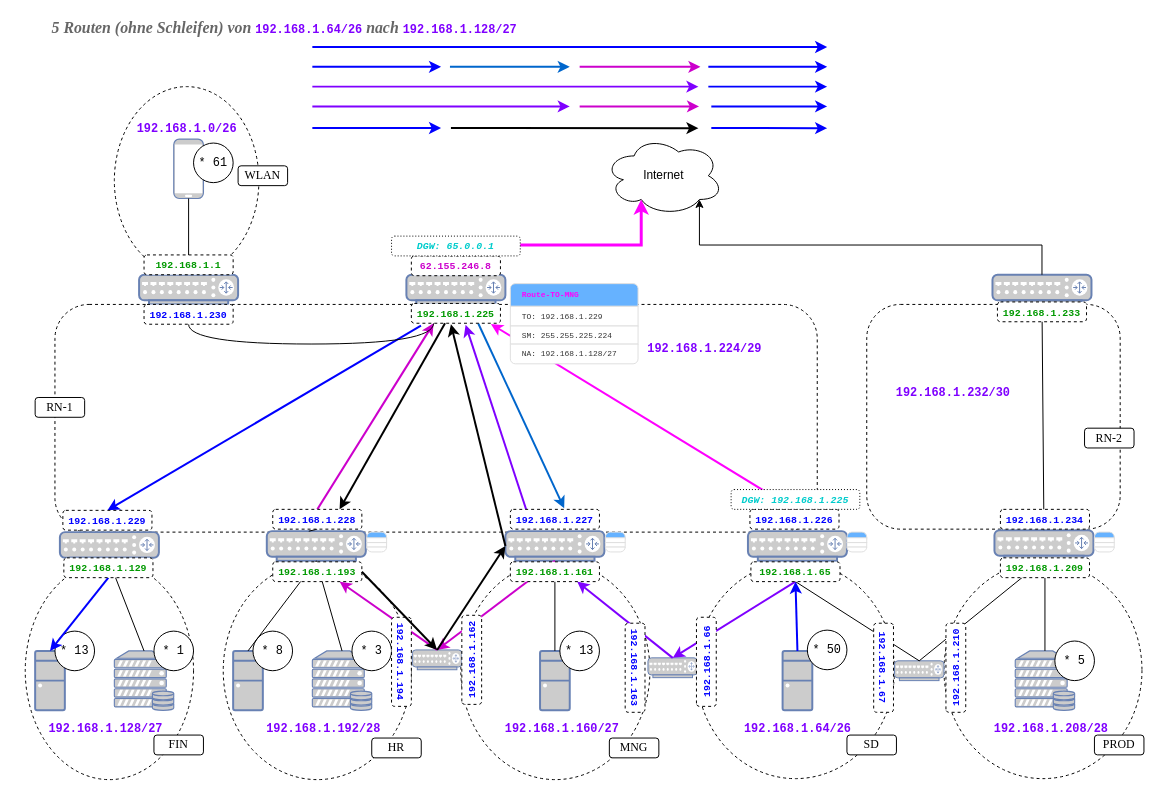
This is sources/lf.09/img.lf/ipv4-segmentation-task-routing-table.drawio from protirone/protico.ltx, a draw.io file, before an edit. Source tidied: cells renumbered, new cells numbered last; positions are measured from the earlier drawing's top-left corner, leaving out a move shared by most shapes. Both pictures are drawn from the tidied source at 99%, with x=0, y=0 at pixel (17, 17).
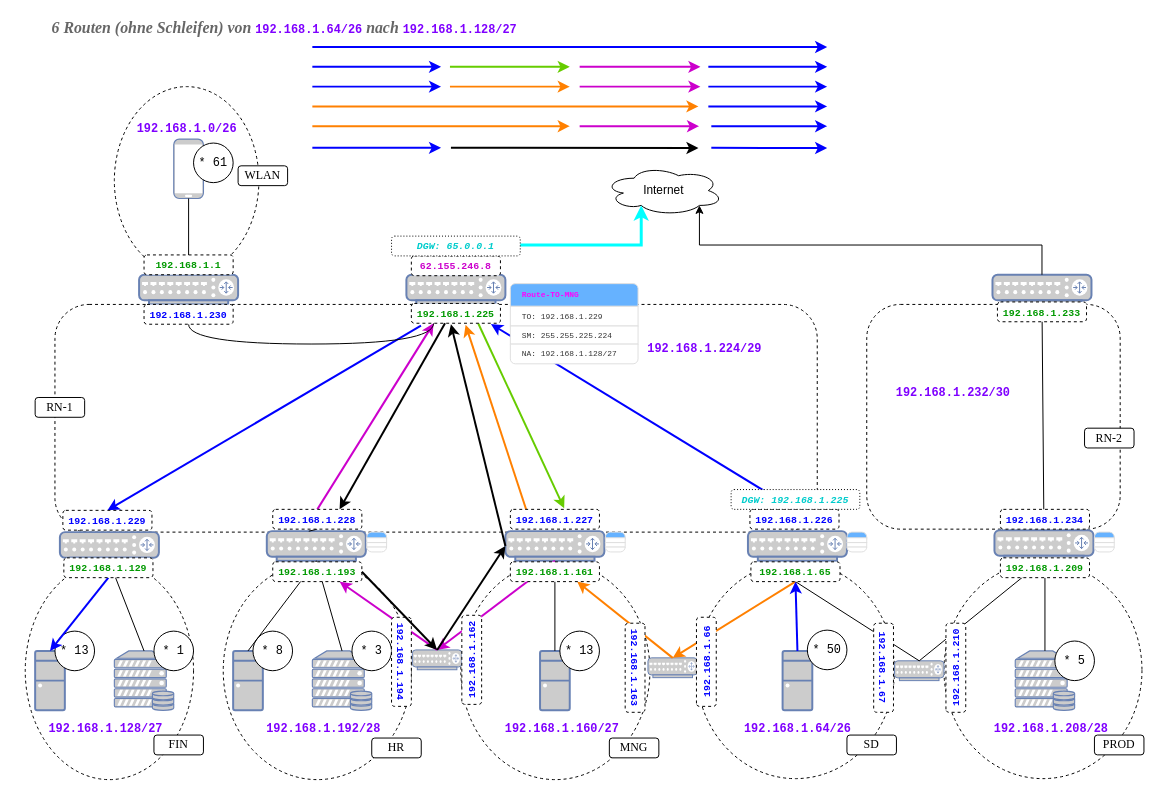
After the change.

Unchanged cells that the change refers to:
```xml
<mxCell id="29" style="fontColor=#0066CC;verticalAlign=top;verticalLabelPosition=bottom;labelPosition=center;align=center;html=1;outlineConnect=0;fillColor=#CCCCCC;strokeColor=#6881B3;gradientColor=none;gradientDirection=north;strokeWidth=2;shape=mxgraph.networks.router;" parent="1" vertex="1">
  <mxGeometry x="637" y="647" width="50" height="20" as="geometry" />
</mxCell>
<mxCell id="31" style="fontColor=#0066CC;verticalAlign=top;verticalLabelPosition=bottom;labelPosition=center;align=center;html=1;outlineConnect=0;fillColor=#CCCCCC;strokeColor=#6881B3;gradientColor=none;gradientDirection=north;strokeWidth=2;shape=mxgraph.networks.router;" parent="1" vertex="1">
  <mxGeometry x="393" y="260" width="100" height="30" as="geometry" />
</mxCell>
<mxCell id="75" value="&lt;font color=&quot;#009900&quot; style=&quot;font-size: 10px;&quot; face=&quot;Courier New&quot;&gt;&lt;b style=&quot;&quot;&gt;192.168.1.161&lt;/b&gt;&lt;/font&gt;" style="rounded=1;whiteSpace=wrap;html=1;dashed=1;" parent="1" vertex="1">
  <mxGeometry x="498" y="550" width="90" height="20" as="geometry" />
</mxCell>
<mxCell id="89" value="&lt;font style=&quot;font-size: 10px;&quot; color=&quot;#0000ff&quot; face=&quot;Courier New&quot;&gt;&lt;b style=&quot;&quot;&gt;192.168.1.226&lt;/b&gt;&lt;/font&gt;" style="rounded=1;whiteSpace=wrap;html=1;dashed=1;" parent="1" vertex="1">
  <mxGeometry x="740" y="497" width="90" height="20" as="geometry" />
</mxCell>
<mxCell id="124" value="&lt;font style=&quot;font-size: 10px;&quot; color=&quot;#0000ff&quot; face=&quot;Courier New&quot;&gt;&lt;b style=&quot;&quot;&gt;192.168.1.227&lt;/b&gt;&lt;/font&gt;" style="rounded=1;whiteSpace=wrap;html=1;dashed=1;" parent="1" vertex="1">
  <mxGeometry x="498" y="497" width="90" height="20" as="geometry" />
</mxCell>
<mxCell id="125" value="&lt;font color=&quot;#009900&quot; style=&quot;font-size: 10px;&quot; face=&quot;Courier New&quot;&gt;&lt;b style=&quot;&quot;&gt;192.168.1.225&lt;/b&gt;&lt;/font&gt;" style="rounded=1;whiteSpace=wrap;html=1;dashed=1;" parent="1" vertex="1">
  <mxGeometry x="398" y="289" width="90" height="20" as="geometry" />
</mxCell>
<mxCell id="128" value="&lt;font color=&quot;#009900&quot; style=&quot;font-size: 10px;&quot; face=&quot;Courier New&quot;&gt;&lt;b style=&quot;&quot;&gt;192.168.1.65&lt;/b&gt;&lt;/font&gt;" style="rounded=1;whiteSpace=wrap;html=1;dashed=1;" parent="1" vertex="1">
  <mxGeometry x="741" y="550" width="90" height="20" as="geometry" />
</mxCell>
```

The edit, as a diff of the source:
```diff
@@
     <mxCell id="33" value="Internet" style="ellipse;shape=cloud;whiteSpace=wrap;html=1;" parent="1" vertex="1">
-      <mxGeometry x="593" y="120" width="120" height="80" as="geometry" />
+      <mxGeometry x="593" y="150" width="120" height="50" as="geometry" />
     </mxCell>
-    <mxCell id="34" style="edgeStyle=orthogonalEdgeStyle;rounded=0;jettySize=auto;html=1;exitX=0.5;exitY=0;exitDx=0;exitDy=0;exitPerimeter=0;entryX=0.31;entryY=0.8;entryDx=0;entryDy=0;entryPerimeter=0;strokeColor=#FF00FF;strokeWidth=3;" parent="1" edge="1" source="31" target="33">
+    <mxCell id="34" style="edgeStyle=orthogonalEdgeStyle;rounded=0;jettySize=auto;html=1;exitX=0.5;exitY=0;exitDx=0;exitDy=0;exitPerimeter=0;entryX=0.31;entryY=0.8;entryDx=0;entryDy=0;entryPerimeter=0;strokeColor=#00FFFF;strokeWidth=3;" parent="1" edge="1" source="31" target="33">
       <mxGeometry relative="1" as="geometry" />
     </mxCell>
@@
-    <mxCell id="38" style="endArrow=classic;html=1;rounded=0;entryX=0.609;entryY=1.081;entryDx=0;entryDy=0;exitX=0.25;exitY=1;exitDx=0;exitDy=0;strokeColor=#7F00FF;strokeWidth=2;startArrow=none;startFill=0;endFill=1;entryPerimeter=0;" parent="1" edge="1" source="124" target="125">
+    <mxCell id="38" style="endArrow=classic;html=1;rounded=0;entryX=0.609;entryY=1.081;entryDx=0;entryDy=0;exitX=0.25;exitY=1;exitDx=0;exitDy=0;strokeColor=#FF8000;strokeWidth=2;startArrow=none;startFill=0;endFill=1;entryPerimeter=0;" parent="1" edge="1" source="124" target="125">
       <mxGeometry relative="1" as="geometry" />
     </mxCell>
@@
-    <mxCell id="49" style="endArrow=classic;html=1;rounded=0;entryX=0.75;entryY=1;entryDx=0;entryDy=0;exitX=0.5;exitY=0;exitDx=0;exitDy=0;exitPerimeter=0;strokeWidth=2;strokeColor=#7F00FF;startArrow=none;startFill=0;endFill=1;" parent="1" edge="1" source="29" target="75">
+    <mxCell id="49" style="endArrow=classic;html=1;rounded=0;entryX=0.75;entryY=1;entryDx=0;entryDy=0;exitX=0.5;exitY=0;exitDx=0;exitDy=0;exitPerimeter=0;strokeWidth=2;strokeColor=#FF8000;startArrow=none;startFill=0;endFill=1;" parent="1" edge="1" source="29" target="75">
       <mxGeometry relative="1" as="geometry" />
     </mxCell>
-    <mxCell id="50" style="endArrow=none;html=1;rounded=0;entryX=0.5;entryY=1;entryDx=0;entryDy=0;exitX=0.5;exitY=0;exitDx=0;exitDy=0;exitPerimeter=0;strokeColor=#7F00FF;strokeWidth=2;endFill=0;startArrow=classic;startFill=1;" parent="1" edge="1" source="29" target="128">
+    <mxCell id="50" style="endArrow=none;html=1;rounded=0;entryX=0.5;entryY=1;entryDx=0;entryDy=0;exitX=0.5;exitY=0;exitDx=0;exitDy=0;exitPerimeter=0;strokeColor=#FF8000;strokeWidth=2;endFill=0;startArrow=classic;startFill=1;" parent="1" edge="1" source="29" target="128">
       <mxGeometry relative="1" as="geometry" />
     </mxCell>
@@
-    <mxCell id="64" value="&lt;font face=&quot;Garamond&quot; color=&quot;#666666&quot;&gt;&lt;span style=&quot;font-size: 16px;&quot;&gt;&lt;b&gt;&lt;i&gt;5 Routen (ohne Schleifen) von&amp;nbsp;&lt;/i&gt;&lt;/b&gt;&lt;/span&gt;&lt;/font&gt;&lt;b style=&quot;color: rgb(127, 0, 255); font-family: &amp;quot;Courier New&amp;quot;;&quot;&gt;192.168.1.64/26&lt;/b&gt;&lt;font face=&quot;Garamond&quot; color=&quot;#666666&quot;&gt;&lt;span style=&quot;font-size: 16px;&quot;&gt;&lt;b&gt;&lt;i&gt;&amp;nbsp;nach&amp;nbsp;&lt;/i&gt;&lt;/b&gt;&lt;/span&gt;&lt;/font&gt;&lt;b style=&quot;color: rgb(127, 0, 255); font-family: &amp;quot;Courier New&amp;quot;;&quot;&gt;192.168.1.128/27&lt;/b&gt;&lt;font face=&quot;Garamond&quot; color=&quot;#666666&quot;&gt;&lt;span style=&quot;font-size: 16px;&quot;&gt;&lt;b&gt;&lt;i&gt;&amp;nbsp;&amp;nbsp;&lt;/i&gt;&lt;/b&gt;&lt;/span&gt;&lt;/font&gt;" style="text;html=1;align=center;verticalAlign=middle;whiteSpace=wrap;rounded=0;" parent="1" vertex="1">
+    <mxCell id="64" value="&lt;font face=&quot;Garamond&quot; color=&quot;#666666&quot;&gt;&lt;span style=&quot;font-size: 16px;&quot;&gt;&lt;b&gt;&lt;i&gt;6 Routen (ohne Schleifen) von&amp;nbsp;&lt;/i&gt;&lt;/b&gt;&lt;/span&gt;&lt;/font&gt;&lt;b style=&quot;color: rgb(127, 0, 255); font-family: &amp;quot;Courier New&amp;quot;;&quot;&gt;192.168.1.64/26&lt;/b&gt;&lt;font face=&quot;Garamond&quot; color=&quot;#666666&quot;&gt;&lt;span style=&quot;font-size: 16px;&quot;&gt;&lt;b&gt;&lt;i&gt;&amp;nbsp;nach&amp;nbsp;&lt;/i&gt;&lt;/b&gt;&lt;/span&gt;&lt;/font&gt;&lt;b style=&quot;color: rgb(127, 0, 255); font-family: &amp;quot;Courier New&amp;quot;;&quot;&gt;192.168.1.128/27&lt;/b&gt;&lt;font face=&quot;Garamond&quot; color=&quot;#666666&quot;&gt;&lt;span style=&quot;font-size: 16px;&quot;&gt;&lt;b&gt;&lt;i&gt;&amp;nbsp;&amp;nbsp;&lt;/i&gt;&lt;/b&gt;&lt;/span&gt;&lt;/font&gt;" style="text;html=1;align=center;verticalAlign=middle;whiteSpace=wrap;rounded=0;" parent="1" vertex="1">
       <mxGeometry width="548" height="20" as="geometry" />
     </mxCell>
@@
-    <mxCell id="88" style="endArrow=classic;html=1;rounded=0;entryX=0.893;entryY=1.04;entryDx=0;entryDy=0;entryPerimeter=0;exitX=0.5;exitY=0;exitDx=0;exitDy=0;fontStyle=4;strokeColor=#FF00FF;strokeWidth=2;startArrow=none;startFill=0;endFill=1;" parent="1" edge="1" source="89" target="125">
+    <mxCell id="88" style="endArrow=classic;html=1;rounded=0;entryX=0.893;entryY=1.04;entryDx=0;entryDy=0;entryPerimeter=0;exitX=0.5;exitY=0;exitDx=0;exitDy=0;fontStyle=4;strokeColor=#0000FF;strokeWidth=2;startArrow=none;startFill=0;endFill=1;" parent="1" edge="1" source="89" target="125">
       <mxGeometry relative="1" as="geometry" />
     </mxCell>
@@
-    <mxCell id="123" style="endArrow=none;html=1;rounded=0;entryX=0.75;entryY=1;entryDx=0;entryDy=0;exitX=0.604;exitY=-0.051;exitDx=0;exitDy=0;strokeColor=#0066CC;strokeWidth=2;exitPerimeter=0;endFill=0;startArrow=classic;startFill=1;" parent="1" edge="1" source="124" target="125">
+    <mxCell id="123" style="endArrow=none;html=1;rounded=0;entryX=0.75;entryY=1;entryDx=0;entryDy=0;exitX=0.604;exitY=-0.051;exitDx=0;exitDy=0;strokeColor=#66CC00;strokeWidth=2;exitPerimeter=0;endFill=0;startArrow=classic;startFill=1;" parent="1" edge="1" source="124" target="125">
       <mxGeometry relative="1" as="geometry" />
     </mxCell>
@@
-    <mxCell id="133" style="endArrow=classic;html=1;rounded=0;strokeColor=#0000FF;strokeWidth=2;endFill=1;" parent="1" edge="1">
-      <mxGeometry relative="1" as="geometry">
-        <mxPoint x="298" y="30" as="sourcePoint" />
-        <mxPoint x="818" y="30" as="targetPoint" />
-      </mxGeometry>
-    </mxCell>
-    <mxCell id="134" style="endArrow=classic;html=1;rounded=0;strokeColor=#0000FF;strokeWidth=2;endFill=1;" parent="1" edge="1">
-      <mxGeometry relative="1" as="geometry">
-        <mxPoint x="298" y="50" as="sourcePoint" />
-        <mxPoint x="428" y="50" as="targetPoint" />
-      </mxGeometry>
-    </mxCell>
-    <mxCell id="135" style="endArrow=none;html=1;rounded=0;entryX=0.75;entryY=1;entryDx=0;entryDy=0;strokeColor=#0066CC;strokeWidth=2;endFill=0;startArrow=classic;startFill=1;" parent="1" edge="1">
-      <mxGeometry relative="1" as="geometry">
-        <mxPoint x="558" y="50" as="sourcePoint" />
-        <mxPoint x="437" y="50" as="targetPoint" />
-      </mxGeometry>
-    </mxCell>
-    <mxCell id="136" style="endArrow=none;html=1;rounded=0;entryX=0.5;entryY=1;entryDx=0;entryDy=0;entryPerimeter=0;strokeWidth=2;strokeColor=#CC00CC;endFill=0;startArrow=classic;startFill=1;" parent="1" edge="1">
-      <mxGeometry relative="1" as="geometry">
-        <mxPoint x="690" y="50" as="sourcePoint" />
-        <mxPoint x="568" y="50" as="targetPoint" />
-      </mxGeometry>
-    </mxCell>
-    <mxCell id="137" style="endArrow=classic;html=1;rounded=0;strokeColor=#0000FF;strokeWidth=2;endFill=1;" parent="1" edge="1">
-      <mxGeometry relative="1" as="geometry">
-        <mxPoint x="698" y="50" as="sourcePoint" />
-        <mxPoint x="818" y="50" as="targetPoint" />
-      </mxGeometry>
-    </mxCell>
-    <mxCell id="138" style="endArrow=none;html=1;rounded=0;strokeColor=#7F00FF;strokeWidth=2;endFill=0;startArrow=classic;startFill=1;" parent="1" edge="1">
-      <mxGeometry relative="1" as="geometry">
-        <mxPoint x="688" y="70" as="sourcePoint" />
-        <mxPoint x="298" y="70" as="targetPoint" />
-      </mxGeometry>
-    </mxCell>
-    <mxCell id="139" style="endArrow=classic;html=1;rounded=0;strokeColor=#0000FF;strokeWidth=2;endFill=1;" parent="1" edge="1">
-      <mxGeometry relative="1" as="geometry">
-        <mxPoint x="698" y="70" as="sourcePoint" />
-        <mxPoint x="818" y="70" as="targetPoint" />
-      </mxGeometry>
-    </mxCell>
-    <mxCell id="140" style="endArrow=none;html=1;rounded=0;strokeColor=#7F00FF;strokeWidth=2;endFill=0;startArrow=classic;startFill=1;" parent="1" edge="1">
-      <mxGeometry relative="1" as="geometry">
-        <mxPoint x="558" y="90" as="sourcePoint" />
-        <mxPoint x="298" y="90" as="targetPoint" />
-      </mxGeometry>
-    </mxCell>
-    <mxCell id="141" style="endArrow=none;html=1;rounded=0;entryX=0.5;entryY=1;entryDx=0;entryDy=0;entryPerimeter=0;strokeWidth=2;strokeColor=#CC00CC;endFill=0;startArrow=classic;startFill=1;exitX=0.88;exitY=0.25;exitDx=0;exitDy=0;exitPerimeter=0;" parent="1" edge="1">
-      <mxGeometry relative="1" as="geometry">
-        <mxPoint x="688.6" y="90" as="sourcePoint" />
-        <mxPoint x="568" y="90" as="targetPoint" />
-      </mxGeometry>
-    </mxCell>
-    <mxCell id="142" style="endArrow=classic;html=1;rounded=0;strokeColor=#0000FF;strokeWidth=2;endFill=1;" parent="1" edge="1">
-      <mxGeometry relative="1" as="geometry">
-        <mxPoint x="701" y="111.8" as="sourcePoint" />
-        <mxPoint x="818" y="112" as="targetPoint" />
-      </mxGeometry>
-    </mxCell>
-    <mxCell id="143" style="endArrow=classic;html=1;rounded=0;strokeColor=#0000FF;strokeWidth=2;endFill=1;" parent="1" edge="1">
-      <mxGeometry relative="1" as="geometry">
-        <mxPoint x="298" y="111.8" as="sourcePoint" />
-        <mxPoint x="428" y="111.8" as="targetPoint" />
-      </mxGeometry>
-    </mxCell>
-    <mxCell id="144" style="endArrow=classic;html=1;rounded=0;strokeColor=#000000;strokeWidth=2;endFill=1;" parent="1" edge="1">
-      <mxGeometry relative="1" as="geometry">
-        <mxPoint x="438" y="111.8" as="sourcePoint" />
-        <mxPoint x="688" y="112" as="targetPoint" />
-      </mxGeometry>
-    </mxCell>
-    <mxCell id="145" style="endArrow=classic;html=1;rounded=0;strokeColor=#0000FF;strokeWidth=2;endFill=1;" parent="1" edge="1">
-      <mxGeometry relative="1" as="geometry">
-        <mxPoint x="701" y="90" as="sourcePoint" />
-        <mxPoint x="818" y="90" as="targetPoint" />
-      </mxGeometry>
-    </mxCell>
@@
+    <mxCell id="149" style="endArrow=classic;html=1;rounded=0;strokeColor=#0000FF;strokeWidth=2;endFill=1;" parent="1" edge="1">
+      <mxGeometry relative="1" as="geometry">
+        <mxPoint x="298" y="30" as="sourcePoint" />
+        <mxPoint x="818" y="30" as="targetPoint" />
+      </mxGeometry>
+    </mxCell>
+    <mxCell id="150" style="endArrow=classic;html=1;rounded=0;strokeColor=#0000FF;strokeWidth=2;endFill=1;" parent="1" edge="1">
+      <mxGeometry relative="1" as="geometry">
+        <mxPoint x="298" y="50" as="sourcePoint" />
+        <mxPoint x="428" y="50" as="targetPoint" />
+      </mxGeometry>
+    </mxCell>
+    <mxCell id="151" style="endArrow=none;html=1;rounded=0;entryX=0.75;entryY=1;entryDx=0;entryDy=0;strokeColor=#66CC00;strokeWidth=2;endFill=0;startArrow=classic;startFill=1;" parent="1" edge="1">
+      <mxGeometry relative="1" as="geometry">
+        <mxPoint x="558" y="50" as="sourcePoint" />
+        <mxPoint x="437" y="50" as="targetPoint" />
+      </mxGeometry>
+    </mxCell>
+    <mxCell id="152" style="endArrow=none;html=1;rounded=0;entryX=0.5;entryY=1;entryDx=0;entryDy=0;entryPerimeter=0;strokeWidth=2;strokeColor=#CC00CC;endFill=0;startArrow=classic;startFill=1;" parent="1" edge="1">
+      <mxGeometry relative="1" as="geometry">
+        <mxPoint x="690" y="50" as="sourcePoint" />
+        <mxPoint x="568" y="50" as="targetPoint" />
+      </mxGeometry>
+    </mxCell>
+    <mxCell id="153" style="endArrow=classic;html=1;rounded=0;strokeColor=#0000FF;strokeWidth=2;endFill=1;" parent="1" edge="1">
+      <mxGeometry relative="1" as="geometry">
+        <mxPoint x="698" y="50" as="sourcePoint" />
+        <mxPoint x="818" y="50" as="targetPoint" />
+      </mxGeometry>
+    </mxCell>
+    <mxCell id="154" style="endArrow=none;html=1;rounded=0;strokeColor=#FF8000;strokeWidth=2;endFill=0;startArrow=classic;startFill=1;" parent="1" edge="1">
+      <mxGeometry relative="1" as="geometry">
+        <mxPoint x="688" y="90" as="sourcePoint" />
+        <mxPoint x="298" y="90" as="targetPoint" />
+      </mxGeometry>
+    </mxCell>
+    <mxCell id="155" style="endArrow=classic;html=1;rounded=0;strokeColor=#0000FF;strokeWidth=2;endFill=1;" parent="1" edge="1">
+      <mxGeometry relative="1" as="geometry">
+        <mxPoint x="698" y="90" as="sourcePoint" />
+        <mxPoint x="818" y="90" as="targetPoint" />
+      </mxGeometry>
+    </mxCell>
+    <mxCell id="156" style="endArrow=none;html=1;rounded=0;strokeColor=#FF8000;strokeWidth=2;endFill=0;startArrow=classic;startFill=1;" parent="1" edge="1">
+      <mxGeometry relative="1" as="geometry">
+        <mxPoint x="558" y="110" as="sourcePoint" />
+        <mxPoint x="298" y="110" as="targetPoint" />
+      </mxGeometry>
+    </mxCell>
+    <mxCell id="157" style="endArrow=none;html=1;rounded=0;entryX=0.5;entryY=1;entryDx=0;entryDy=0;entryPerimeter=0;strokeWidth=2;strokeColor=#CC00CC;endFill=0;startArrow=classic;startFill=1;exitX=0.88;exitY=0.25;exitDx=0;exitDy=0;exitPerimeter=0;" parent="1" edge="1">
+      <mxGeometry relative="1" as="geometry">
+        <mxPoint x="688.6" y="110" as="sourcePoint" />
+        <mxPoint x="568" y="110" as="targetPoint" />
+      </mxGeometry>
+    </mxCell>
+    <mxCell id="158" style="endArrow=classic;html=1;rounded=0;strokeColor=#0000FF;strokeWidth=2;endFill=1;" parent="1" edge="1">
+      <mxGeometry relative="1" as="geometry">
+        <mxPoint x="701" y="131.8" as="sourcePoint" />
+        <mxPoint x="818" y="132" as="targetPoint" />
+      </mxGeometry>
+    </mxCell>
+    <mxCell id="159" style="endArrow=classic;html=1;rounded=0;strokeColor=#0000FF;strokeWidth=2;endFill=1;" parent="1" edge="1">
+      <mxGeometry relative="1" as="geometry">
+        <mxPoint x="298" y="131.8" as="sourcePoint" />
+        <mxPoint x="428" y="131.8" as="targetPoint" />
+      </mxGeometry>
+    </mxCell>
+    <mxCell id="160" style="endArrow=classic;html=1;rounded=0;strokeColor=#000000;strokeWidth=2;endFill=1;" parent="1" edge="1">
+      <mxGeometry relative="1" as="geometry">
+        <mxPoint x="438" y="131.8" as="sourcePoint" />
+        <mxPoint x="688" y="132" as="targetPoint" />
+      </mxGeometry>
+    </mxCell>
+    <mxCell id="161" style="endArrow=classic;html=1;rounded=0;strokeColor=#0000FF;strokeWidth=2;endFill=1;" parent="1" edge="1">
+      <mxGeometry relative="1" as="geometry">
+        <mxPoint x="701" y="110" as="sourcePoint" />
+        <mxPoint x="818" y="110" as="targetPoint" />
+      </mxGeometry>
+    </mxCell>
+    <mxCell id="162" style="endArrow=classic;html=1;rounded=0;strokeColor=#0000FF;strokeWidth=2;endFill=1;" parent="1" edge="1">
+      <mxGeometry relative="1" as="geometry">
+        <mxPoint x="298" y="70" as="sourcePoint" />
+        <mxPoint x="428" y="70" as="targetPoint" />
+      </mxGeometry>
+    </mxCell>
+    <mxCell id="163" style="endArrow=none;html=1;rounded=0;entryX=0.75;entryY=1;entryDx=0;entryDy=0;strokeColor=#FF8000;strokeWidth=2;endFill=0;startArrow=classic;startFill=1;" parent="1" edge="1">
+      <mxGeometry relative="1" as="geometry">
+        <mxPoint x="558" y="70" as="sourcePoint" />
+        <mxPoint x="437" y="70" as="targetPoint" />
+      </mxGeometry>
+    </mxCell>
+    <mxCell id="164" style="endArrow=none;html=1;rounded=0;entryX=0.5;entryY=1;entryDx=0;entryDy=0;entryPerimeter=0;strokeWidth=2;strokeColor=#CC00CC;endFill=0;startArrow=classic;startFill=1;" parent="1" edge="1">
+      <mxGeometry relative="1" as="geometry">
+        <mxPoint x="690" y="70" as="sourcePoint" />
+        <mxPoint x="568" y="70" as="targetPoint" />
+      </mxGeometry>
+    </mxCell>
+    <mxCell id="165" style="endArrow=classic;html=1;rounded=0;strokeColor=#0000FF;strokeWidth=2;endFill=1;" parent="1" edge="1">
+      <mxGeometry relative="1" as="geometry">
+        <mxPoint x="698" y="70" as="sourcePoint" />
+        <mxPoint x="818" y="70" as="targetPoint" />
+      </mxGeometry>
+    </mxCell>
```
